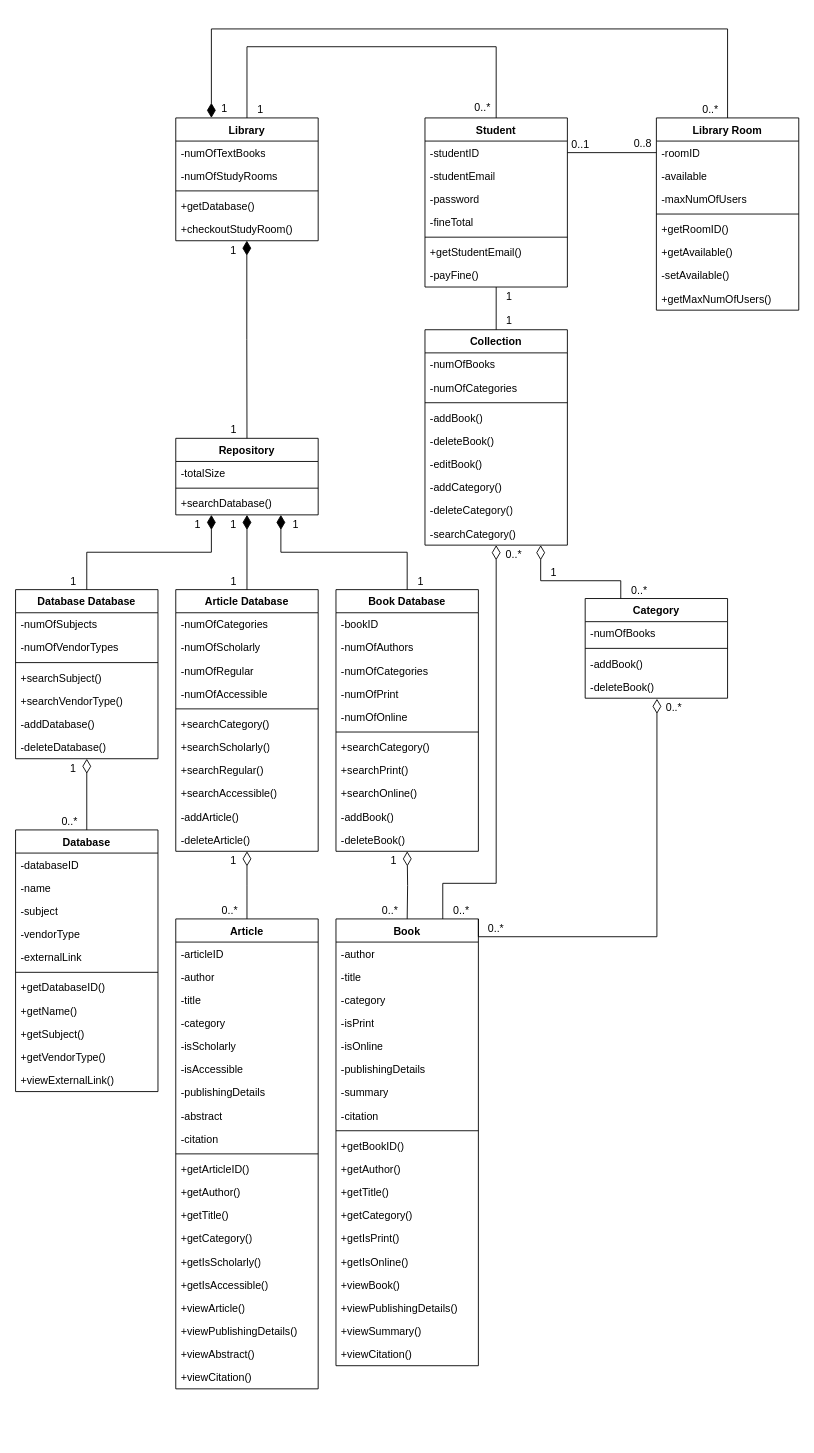
The draw.io diagram files/Class Diagram.drawio in DavidB09/3354-bookworm, before the edit. Source tidied: cells renumbered, new cells numbered last; positions are measured from the earlier drawing's top-left corner, leaving out a move shared by most shapes. Both pictures are drawn from the tidied source at 89%, with x=0, y=0 at pixel (15, 28).
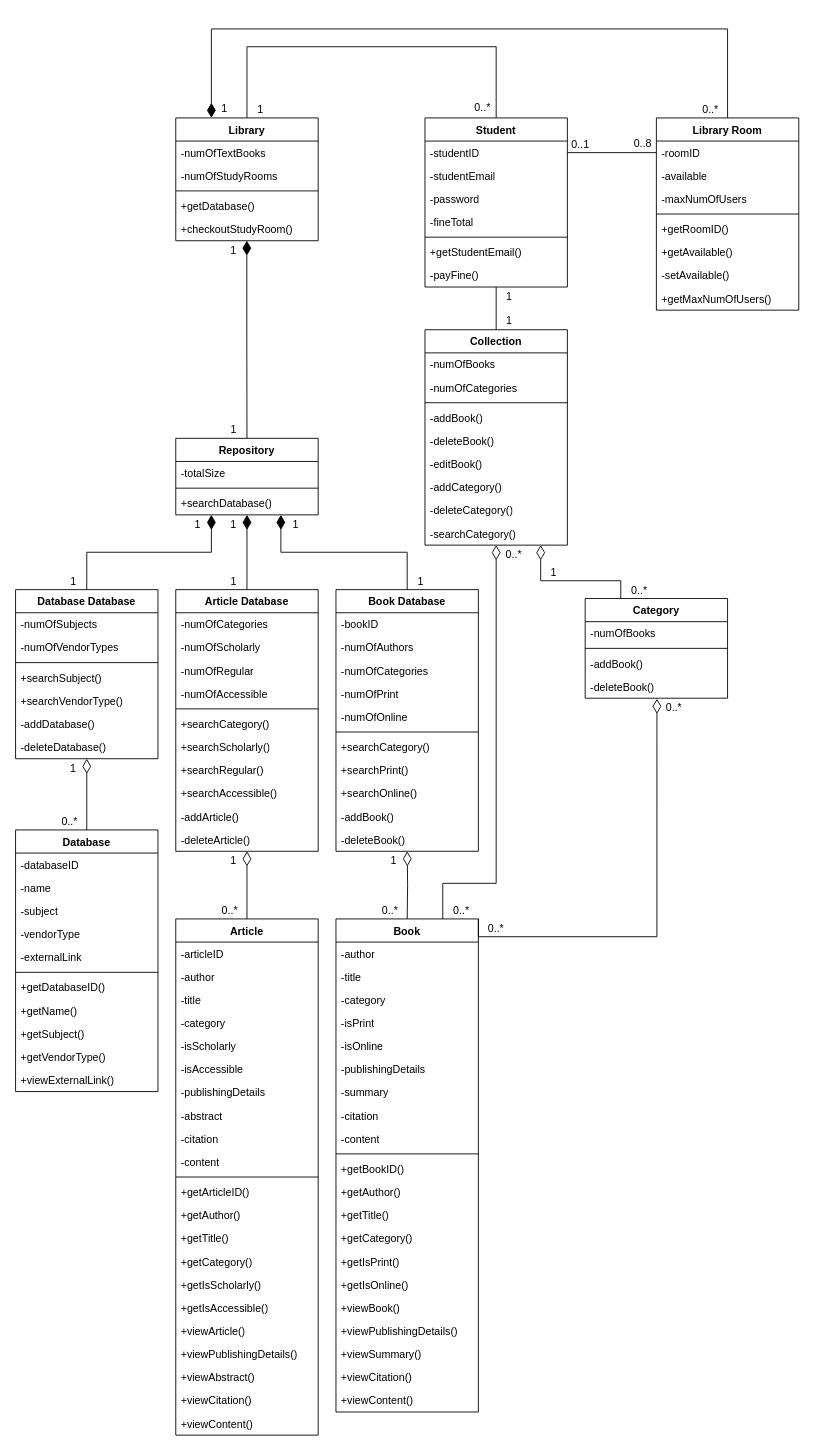
Above is the later version.

Commit message (it also covers changes not shown here):
Update class diagrams and add Project Proposal doc from previous assignmet

Change to the diagram source:
```diff
@@
     <mxCell id="74" value="Article" style="swimlane;fontStyle=1;align=center;verticalAlign=top;horizontal=1;startSize=26;whiteSpace=wrap;html=1;fontSize=12;" parent="1" vertex="1">
-      <mxGeometry x="180" y="1000" width="160" height="528" as="geometry" />
+      <mxGeometry x="180" y="1000" width="160" height="580" as="geometry" />
     </mxCell>
@@
+    <mxCell id="159" value="&lt;div style=&quot;font-size: 12px;&quot;&gt;-content&lt;/div&gt;" style="text;strokeColor=none;fillColor=none;align=left;verticalAlign=top;spacingLeft=4;spacingRight=4;overflow=hidden;whiteSpace=wrap;html=1;fontSize=12;" parent="74" vertex="1">
+      <mxGeometry y="260" width="160" height="26" as="geometry" />
+    </mxCell>
     <mxCell id="84" style="line;strokeWidth=1;fillColor=none;align=left;verticalAlign=middle;spacingTop=-1;spacingLeft=3;spacingRight=3;labelPosition=right;strokeColor=inherit;fontSize=12;" parent="74" vertex="1">
-      <mxGeometry y="260" width="160" height="8" as="geometry" />
+      <mxGeometry y="286" width="160" height="8" as="geometry" />
     </mxCell>
     <mxCell id="85" value="+getArticleID()" style="text;strokeColor=none;fillColor=none;align=left;verticalAlign=top;spacingLeft=4;spacingRight=4;overflow=hidden;whiteSpace=wrap;html=1;fontSize=12;" parent="74" vertex="1">
-      <mxGeometry y="268" width="160" height="26" as="geometry" />
+      <mxGeometry y="294" width="160" height="26" as="geometry" />
     </mxCell>
     <mxCell id="86" value="+getAuthor()" style="text;strokeColor=none;fillColor=none;align=left;verticalAlign=top;spacingLeft=4;spacingRight=4;overflow=hidden;whiteSpace=wrap;html=1;fontSize=12;" parent="74" vertex="1">
-      <mxGeometry y="294" width="160" height="26" as="geometry" />
+      <mxGeometry y="320" width="160" height="26" as="geometry" />
     </mxCell>
     <mxCell id="87" value="+getTitle()" style="text;strokeColor=none;fillColor=none;align=left;verticalAlign=top;spacingLeft=4;spacingRight=4;overflow=hidden;whiteSpace=wrap;html=1;fontSize=12;" parent="74" vertex="1">
-      <mxGeometry y="320" width="160" height="26" as="geometry" />
+      <mxGeometry y="346" width="160" height="26" as="geometry" />
     </mxCell>
     <mxCell id="88" value="+getCategory()" style="text;strokeColor=none;fillColor=none;align=left;verticalAlign=top;spacingLeft=4;spacingRight=4;overflow=hidden;whiteSpace=wrap;html=1;fontSize=12;" parent="74" vertex="1">
-      <mxGeometry y="346" width="160" height="26" as="geometry" />
+      <mxGeometry y="372" width="160" height="26" as="geometry" />
     </mxCell>
     <mxCell id="89" value="+getIsScholarly()" style="text;strokeColor=none;fillColor=none;align=left;verticalAlign=top;spacingLeft=4;spacingRight=4;overflow=hidden;whiteSpace=wrap;html=1;fontSize=12;" parent="74" vertex="1">
-      <mxGeometry y="372" width="160" height="26" as="geometry" />
+      <mxGeometry y="398" width="160" height="26" as="geometry" />
     </mxCell>
     <mxCell id="90" value="+getIsAccessible()" style="text;strokeColor=none;fillColor=none;align=left;verticalAlign=top;spacingLeft=4;spacingRight=4;overflow=hidden;whiteSpace=wrap;html=1;fontSize=12;" parent="74" vertex="1">
-      <mxGeometry y="398" width="160" height="26" as="geometry" />
+      <mxGeometry y="424" width="160" height="26" as="geometry" />
     </mxCell>
     <mxCell id="91" value="+viewArticle()" style="text;strokeColor=none;fillColor=none;align=left;verticalAlign=top;spacingLeft=4;spacingRight=4;overflow=hidden;whiteSpace=wrap;html=1;fontSize=12;" parent="74" vertex="1">
-      <mxGeometry y="424" width="160" height="26" as="geometry" />
+      <mxGeometry y="450" width="160" height="26" as="geometry" />
     </mxCell>
     <mxCell id="92" value="+viewPublishingDetails()" style="text;strokeColor=none;fillColor=none;align=left;verticalAlign=top;spacingLeft=4;spacingRight=4;overflow=hidden;whiteSpace=wrap;html=1;fontSize=12;" parent="74" vertex="1">
-      <mxGeometry y="450" width="160" height="26" as="geometry" />
+      <mxGeometry y="476" width="160" height="26" as="geometry" />
     </mxCell>
     <mxCell id="93" value="+viewAbstract()" style="text;strokeColor=none;fillColor=none;align=left;verticalAlign=top;spacingLeft=4;spacingRight=4;overflow=hidden;whiteSpace=wrap;html=1;fontSize=12;" parent="74" vertex="1">
-      <mxGeometry y="476" width="160" height="26" as="geometry" />
+      <mxGeometry y="502" width="160" height="26" as="geometry" />
     </mxCell>
+    <mxCell id="160" value="+viewCitation()" style="text;strokeColor=none;fillColor=none;align=left;verticalAlign=top;spacingLeft=4;spacingRight=4;overflow=hidden;whiteSpace=wrap;html=1;fontSize=12;" parent="74" vertex="1">
+      <mxGeometry y="528" width="160" height="26" as="geometry" />
+    </mxCell>
-    <mxCell id="94" value="+viewCitation()" style="text;strokeColor=none;fillColor=none;align=left;verticalAlign=top;spacingLeft=4;spacingRight=4;overflow=hidden;whiteSpace=wrap;html=1;fontSize=12;" parent="74" vertex="1">
-      <mxGeometry y="502" width="160" height="26" as="geometry" />
+    <mxCell id="94" value="+viewContent()" style="text;strokeColor=none;fillColor=none;align=left;verticalAlign=top;spacingLeft=4;spacingRight=4;overflow=hidden;whiteSpace=wrap;html=1;fontSize=12;" parent="74" vertex="1">
+      <mxGeometry y="554" width="160" height="26" as="geometry" />
     </mxCell>
@@
     <mxCell id="99" value="Book" style="swimlane;fontStyle=1;align=center;verticalAlign=top;horizontal=1;startSize=26;whiteSpace=wrap;html=1;fontSize=12;" parent="1" vertex="1">
-      <mxGeometry x="360" y="1000" width="160" height="502" as="geometry" />
+      <mxGeometry x="360" y="1000" width="160" height="554" as="geometry" />
     </mxCell>
@@
+    <mxCell id="161" value="-content" style="text;strokeColor=none;fillColor=none;align=left;verticalAlign=top;spacingLeft=4;spacingRight=4;overflow=hidden;whiteSpace=wrap;html=1;fontSize=12;" parent="99" vertex="1">
+      <mxGeometry y="234" width="160" height="26" as="geometry" />
+    </mxCell>
     <mxCell id="108" style="line;strokeWidth=1;fillColor=none;align=left;verticalAlign=middle;spacingTop=-1;spacingLeft=3;spacingRight=3;labelPosition=right;strokeColor=inherit;fontSize=12;" parent="99" vertex="1">
-      <mxGeometry y="234" width="160" height="8" as="geometry" />
+      <mxGeometry y="260" width="160" height="8" as="geometry" />
     </mxCell>
     <mxCell id="109" value="+getBookID()" style="text;strokeColor=none;fillColor=none;align=left;verticalAlign=top;spacingLeft=4;spacingRight=4;overflow=hidden;whiteSpace=wrap;html=1;fontSize=12;" parent="99" vertex="1">
-      <mxGeometry y="242" width="160" height="26" as="geometry" />
+      <mxGeometry y="268" width="160" height="26" as="geometry" />
     </mxCell>
     <mxCell id="110" value="+getAuthor()" style="text;strokeColor=none;fillColor=none;align=left;verticalAlign=top;spacingLeft=4;spacingRight=4;overflow=hidden;whiteSpace=wrap;html=1;fontSize=12;" parent="99" vertex="1">
-      <mxGeometry y="268" width="160" height="26" as="geometry" />
+      <mxGeometry y="294" width="160" height="26" as="geometry" />
     </mxCell>
     <mxCell id="111" value="+getTitle()" style="text;strokeColor=none;fillColor=none;align=left;verticalAlign=top;spacingLeft=4;spacingRight=4;overflow=hidden;whiteSpace=wrap;html=1;fontSize=12;" parent="99" vertex="1">
-      <mxGeometry y="294" width="160" height="26" as="geometry" />
+      <mxGeometry y="320" width="160" height="26" as="geometry" />
     </mxCell>
     <mxCell id="112" value="+getCategory()" style="text;strokeColor=none;fillColor=none;align=left;verticalAlign=top;spacingLeft=4;spacingRight=4;overflow=hidden;whiteSpace=wrap;html=1;fontSize=12;" parent="99" vertex="1">
-      <mxGeometry y="320" width="160" height="26" as="geometry" />
+      <mxGeometry y="346" width="160" height="26" as="geometry" />
     </mxCell>
     <mxCell id="113" value="+getIsPrint()" style="text;strokeColor=none;fillColor=none;align=left;verticalAlign=top;spacingLeft=4;spacingRight=4;overflow=hidden;whiteSpace=wrap;html=1;fontSize=12;" parent="99" vertex="1">
-      <mxGeometry y="346" width="160" height="26" as="geometry" />
+      <mxGeometry y="372" width="160" height="26" as="geometry" />
     </mxCell>
     <mxCell id="114" value="+getIsOnline()" style="text;strokeColor=none;fillColor=none;align=left;verticalAlign=top;spacingLeft=4;spacingRight=4;overflow=hidden;whiteSpace=wrap;html=1;fontSize=12;" parent="99" vertex="1">
-      <mxGeometry y="372" width="160" height="26" as="geometry" />
+      <mxGeometry y="398" width="160" height="26" as="geometry" />
     </mxCell>
     <mxCell id="115" value="+viewBook()" style="text;strokeColor=none;fillColor=none;align=left;verticalAlign=top;spacingLeft=4;spacingRight=4;overflow=hidden;whiteSpace=wrap;html=1;fontSize=12;" parent="99" vertex="1">
-      <mxGeometry y="398" width="160" height="26" as="geometry" />
+      <mxGeometry y="424" width="160" height="26" as="geometry" />
     </mxCell>
     <mxCell id="116" value="+viewPublishingDetails()" style="text;strokeColor=none;fillColor=none;align=left;verticalAlign=top;spacingLeft=4;spacingRight=4;overflow=hidden;whiteSpace=wrap;html=1;fontSize=12;" parent="99" vertex="1">
-      <mxGeometry y="424" width="160" height="26" as="geometry" />
+      <mxGeometry y="450" width="160" height="26" as="geometry" />
     </mxCell>
     <mxCell id="117" value="+viewSummary()" style="text;strokeColor=none;fillColor=none;align=left;verticalAlign=top;spacingLeft=4;spacingRight=4;overflow=hidden;whiteSpace=wrap;html=1;fontSize=12;" parent="99" vertex="1">
-      <mxGeometry y="450" width="160" height="26" as="geometry" />
+      <mxGeometry y="476" width="160" height="26" as="geometry" />
     </mxCell>
     <mxCell id="118" value="+viewCitation()" style="text;strokeColor=none;fillColor=none;align=left;verticalAlign=top;spacingLeft=4;spacingRight=4;overflow=hidden;whiteSpace=wrap;html=1;fontSize=12;" parent="99" vertex="1">
-      <mxGeometry y="476" width="160" height="26" as="geometry" />
+      <mxGeometry y="502" width="160" height="26" as="geometry" />
     </mxCell>
+    <mxCell id="162" value="+viewContent()" style="text;strokeColor=none;fillColor=none;align=left;verticalAlign=top;spacingLeft=4;spacingRight=4;overflow=hidden;whiteSpace=wrap;html=1;fontSize=12;" parent="99" vertex="1">
+      <mxGeometry y="528" width="160" height="26" as="geometry" />
+    </mxCell>
```
